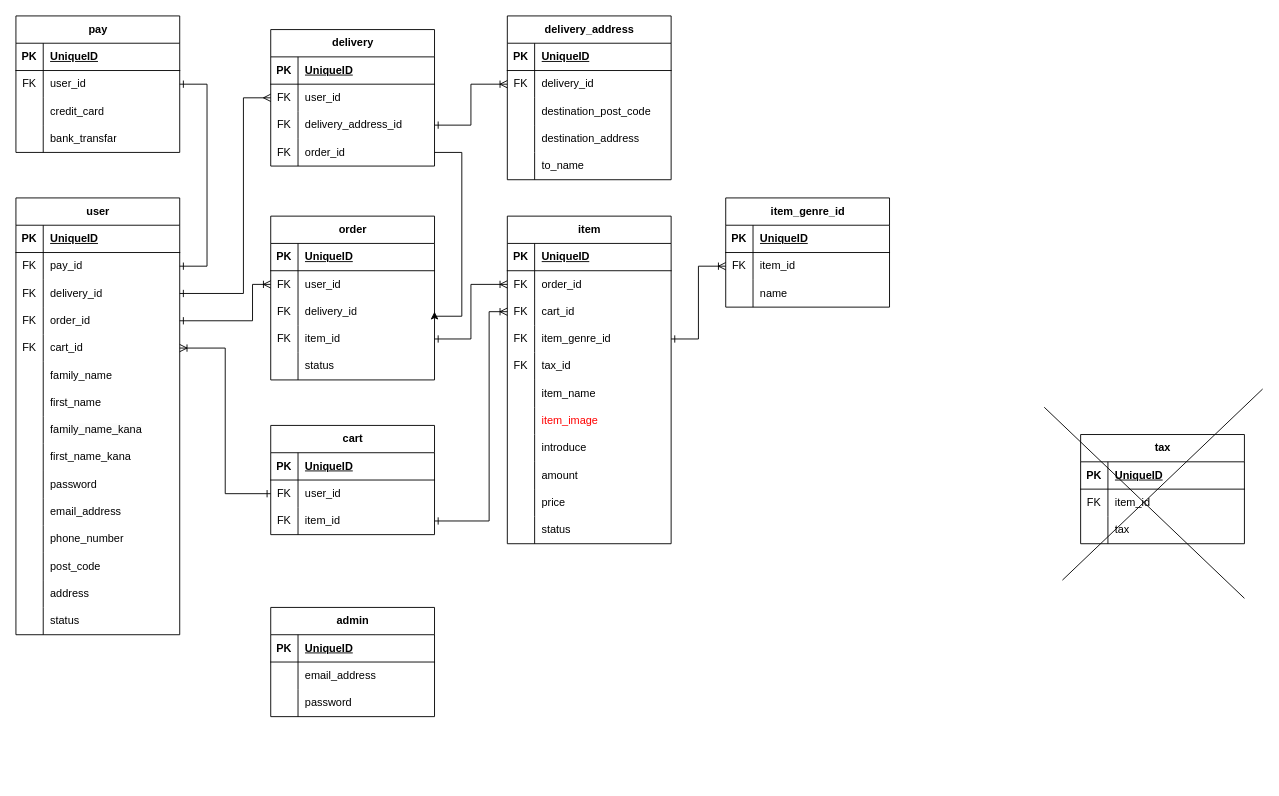
This is 名称未設定ファイル.drawio from yuna096740/sample_app, a draw.io file, before an edit. Source tidied: cells renumbered, new cells numbered last; positions are measured from the earlier drawing's top-left corner, leaving out a move shared by most shapes. Both pictures are drawn from the tidied source at 91%, with x=0, y=0 at pixel (15, 15).
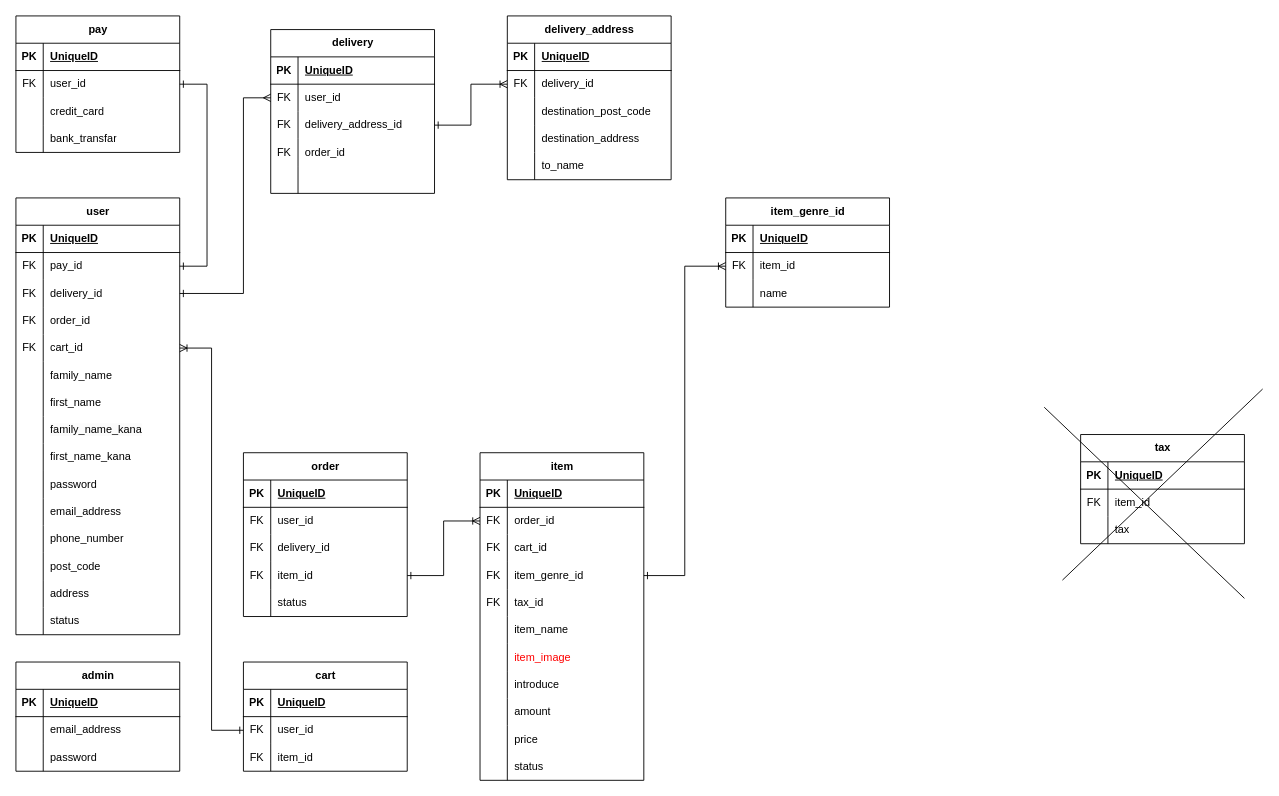
Above is the later version.

Commit message (it also covers changes not shown here):
名称未設定ファイル.drawio を更新します

The change refers to these unchanged cells:
```xml
<mxCell id="12" style="shape=tableRow;horizontal=0;startSize=0;swimlaneHead=0;swimlaneBody=0;fillColor=none;points=[[0,0.5],[1,0.5]];portConstraint=eastwest;top=0;left=0;right=0;bottom=0;" parent="2" vertex="1">
  <mxGeometry y="120" width="180" height="30" as="geometry" />
</mxCell>
<mxCell id="58" style="shape=tableRow;horizontal=0;startSize=0;swimlaneHead=0;swimlaneBody=0;fillColor=none;points=[[0,0.5],[1,0.5]];portConstraint=eastwest;top=0;left=0;right=0;bottom=0;" parent="48" vertex="1">
  <mxGeometry y="120" width="180" height="30" as="geometry" />
</mxCell>
<mxCell id="81" style="shape=tableRow;horizontal=0;startSize=0;swimlaneHead=0;swimlaneBody=0;fillColor=none;points=[[0,0.5],[1,0.5]];portConstraint=eastwest;top=0;left=0;right=0;bottom=0;" parent="74" vertex="1">
  <mxGeometry y="90" width="180" height="30" as="geometry" />
</mxCell>
<mxCell id="107" style="shape=tableRow;horizontal=0;startSize=0;swimlaneHead=0;swimlaneBody=0;fillColor=none;points=[[0,0.5],[1,0.5]];portConstraint=eastwest;top=0;left=0;right=0;bottom=0;" parent="100" vertex="1">
  <mxGeometry y="90" width="180" height="30" as="geometry" />
</mxCell>
<mxCell id="139" style="shape=tableRow;horizontal=0;startSize=0;swimlaneHead=0;swimlaneBody=0;fillColor=none;points=[[0,0.5],[1,0.5]];portConstraint=eastwest;top=0;left=0;right=0;bottom=0;" parent="135" vertex="1">
  <mxGeometry y="60" width="180" height="30" as="geometry" />
</mxCell>
<mxCell id="142" style="shape=tableRow;horizontal=0;startSize=0;swimlaneHead=0;swimlaneBody=0;fillColor=none;points=[[0,0.5],[1,0.5]];portConstraint=eastwest;top=0;left=0;right=0;bottom=0;" parent="135" vertex="1">
  <mxGeometry y="90" width="180" height="30" as="geometry" />
</mxCell>
```

What changed in the source:
```diff
@@
     <mxCell id="48" value="delivery" style="shape=table;startSize=30;childLayout=tableLayout;rowLines=0;fontStyle=1;align=center;html=1;" parent="1" vertex="1">
-      <mxGeometry x="280" y="15" width="180" height="150" as="geometry" />
+      <mxGeometry x="280" y="15" width="180" height="180" as="geometry" />
     </mxCell>
@@
+    <mxCell id="191" style="shape=tableRow;horizontal=0;startSize=0;swimlaneHead=0;swimlaneBody=0;fillColor=none;top=0;left=0;right=0;bottom=0;" parent="48" vertex="1">
+      <mxGeometry y="150" width="180" height="30" as="geometry" />
+    </mxCell>
+    <mxCell id="192" style="shape=partialRectangle;fillColor=none;top=0;left=0;bottom=0;right=0;overflow=hidden;whiteSpace=wrap;html=1;" parent="191" vertex="1">
+      <mxGeometry width="30" height="30" as="geometry" />
+    </mxCell>
+    <mxCell id="193" style="shape=partialRectangle;fillColor=none;top=0;left=0;bottom=0;right=0;align=left;spacingLeft=6;overflow=hidden;whiteSpace=wrap;html=1;" parent="191" vertex="1">
+      <mxGeometry x="30" width="150" height="30" as="geometry" />
+    </mxCell>
@@
     <mxCell id="74" value="cart" style="shape=table;startSize=30;childLayout=tableLayout;rowLines=0;fontStyle=1;align=center;html=1;" parent="1" vertex="1">
-      <mxGeometry x="280" y="450" width="180" height="120" as="geometry" />
+      <mxGeometry x="250" y="710" width="180" height="120" as="geometry" />
     </mxCell>
@@
     <mxCell id="100" value="item" style="shape=table;startSize=30;childLayout=tableLayout;rowLines=0;fontStyle=1;align=center;html=1;" parent="1" vertex="1">
-      <mxGeometry x="540" y="220" width="180" height="360" as="geometry" />
+      <mxGeometry x="510" y="480" width="180" height="360" as="geometry" />
     </mxCell>
@@
-    <mxCell id="134" style="edgeStyle=orthogonalEdgeStyle;rounded=0;jettySize=auto;html=1;entryX=0;entryY=0.5;entryDx=0;entryDy=0;startArrow=ERone;startFill=0;endArrow=ERoneToMany;endFill=0;" parent="1" edge="1" source="81" target="107">
-      <mxGeometry relative="1" as="geometry">
-        <Array as="points">
-          <mxPoint x="520" y="555" />
-          <mxPoint x="520" y="325" />
-        </Array>
-      </mxGeometry>
-    </mxCell>
     <mxCell id="135" value="order" style="shape=table;startSize=30;childLayout=tableLayout;rowLines=0;fontStyle=1;align=center;html=1;" parent="1" vertex="1">
-      <mxGeometry x="280" y="220" width="180" height="180" as="geometry" />
+      <mxGeometry x="250" y="480" width="180" height="180" as="geometry" />
     </mxCell>
@@
-    <mxCell id="172" style="edgeStyle=orthogonalEdgeStyle;rounded=0;jettySize=auto;html=1;entryX=0;entryY=0.5;entryDx=0;entryDy=0;startArrow=ERone;startFill=0;endArrow=ERoneToMany;endFill=0;" parent="1" edge="1" source="12" target="139">
-      <mxGeometry relative="1" as="geometry">
-        <Array as="points">
-          <mxPoint x="260" y="335" />
-          <mxPoint x="260" y="295" />
-        </Array>
-      </mxGeometry>
-    </mxCell>
@@
     <mxCell id="177" value="admin" style="shape=table;startSize=30;childLayout=tableLayout;rowLines=0;fontStyle=1;align=center;html=1;" parent="1" vertex="1">
-      <mxGeometry x="280" y="650" width="180" height="120" as="geometry" />
+      <mxGeometry y="710" width="180" height="120" as="geometry" />
     </mxCell>
@@
-    <mxCell id="189" style="edgeStyle=orthogonalEdgeStyle;rounded=0;jettySize=auto;html=1;entryX=1;entryY=0.5;entryDx=0;entryDy=0;" parent="1" edge="1" source="58" target="142">
-      <mxGeometry relative="1" as="geometry">
-        <Array as="points">
-          <mxPoint x="490" y="150" />
-          <mxPoint x="490" y="330" />
-          <mxPoint x="460" y="330" />
-        </Array>
-      </mxGeometry>
-    </mxCell>
```
